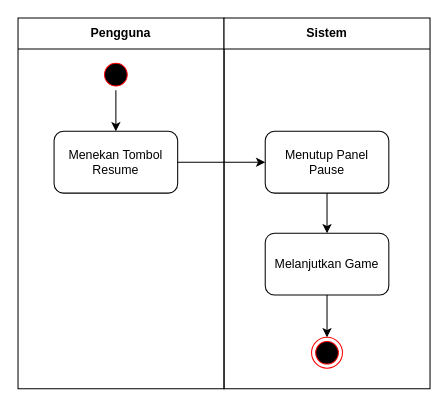
Before: skripsi/skripsi/gambar/BAB III/Activity Diagram/Activity Diagram Gameplay - Resume.drawio in hako-975/UNPAM-File, a draw.io diagram. Source tidied: cells renumbered, new cells numbered last; positions are measured from the earlier drawing's top-left corner, leaving out a move shared by most shapes. Both pictures are drawn from the tidied source at 103%, with x=0, y=0 at pixel (18, 18).
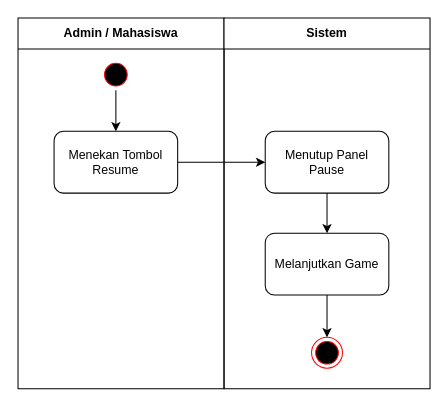
The same diagram, later.

What changed in the source:
```diff
@@
 <mxGraphModel>
   <root>
     <mxCell id="0" />
     <mxCell id="1" parent="0" />
-    <mxCell id="2" value="Pengguna" style="swimlane;whiteSpace=wrap;html=1;startSize=30;" parent="1" vertex="1">
+    <mxCell id="2" value="Admin / Mahasiswa" style="swimlane;whiteSpace=wrap;html=1;startSize=30;" parent="1" vertex="1">
       <mxGeometry width="200" height="360" as="geometry" />
     </mxCell>
     <mxCell id="3" style="edgeStyle=orthogonalEdgeStyle;rounded=0;jettySize=auto;html=1;entryX=0.5;entryY=0;entryDx=0;entryDy=0;" parent="2" edge="1" source="4" target="5">
       <mxGeometry relative="1" as="geometry" />
     </mxCell>
     <mxCell id="4" style="ellipse;html=1;shape=startState;fillColor=#000000;strokeColor=#ff0000;" parent="2" vertex="1">
       <mxGeometry x="80" y="40" width="30" height="30" as="geometry" />
     </mxCell>
     <mxCell id="5" value="Menekan Tombol Resume" style="rounded=1;whiteSpace=wrap;html=1;" parent="2" vertex="1">
       <mxGeometry x="35" y="110" width="120" height="60" as="geometry" />
     </mxCell>
     <mxCell id="6" value="Sistem" style="swimlane;whiteSpace=wrap;html=1;startSize=30;" parent="1" vertex="1">
       <mxGeometry x="200" width="200" height="360" as="geometry" />
     </mxCell>
     <mxCell id="7" style="edgeStyle=orthogonalEdgeStyle;rounded=0;jettySize=auto;html=1;exitX=0.5;exitY=1;exitDx=0;exitDy=0;entryX=0.5;entryY=0;entryDx=0;entryDy=0;" parent="6" edge="1" source="8" target="11">
       <mxGeometry relative="1" as="geometry" />
     </mxCell>
     <mxCell id="8" value="Menutup Panel Pause" style="whiteSpace=wrap;html=1;rounded=1;" parent="6" vertex="1">
       <mxGeometry x="40" y="110" width="120" height="60" as="geometry" />
     </mxCell>
     <mxCell id="9" style="ellipse;html=1;shape=endState;fillColor=#000000;strokeColor=#ff0000;" parent="6" vertex="1">
       <mxGeometry x="85" y="310" width="30" height="30" as="geometry" />
     </mxCell>
     <mxCell id="10" style="edgeStyle=orthogonalEdgeStyle;rounded=0;jettySize=auto;html=1;entryX=0.5;entryY=0;entryDx=0;entryDy=0;exitX=0.5;exitY=1;exitDx=0;exitDy=0;" parent="6" edge="1" source="11" target="9">
       <mxGeometry relative="1" as="geometry" />
     </mxCell>
     <mxCell id="11" value="Melanjutkan&amp;nbsp;&lt;span style=&quot;background-color: initial;&quot;&gt;Game&lt;/span&gt;" style="whiteSpace=wrap;html=1;rounded=1;" parent="6" vertex="1">
       <mxGeometry x="40" y="209" width="120" height="60" as="geometry" />
     </mxCell>
     <mxCell id="12" style="edgeStyle=orthogonalEdgeStyle;rounded=0;jettySize=auto;html=1;exitX=1;exitY=0.5;exitDx=0;exitDy=0;" parent="1" edge="1" source="5" target="8">
       <mxGeometry relative="1" as="geometry" />
     </mxCell>
   </root>
 </mxGraphModel>
```
